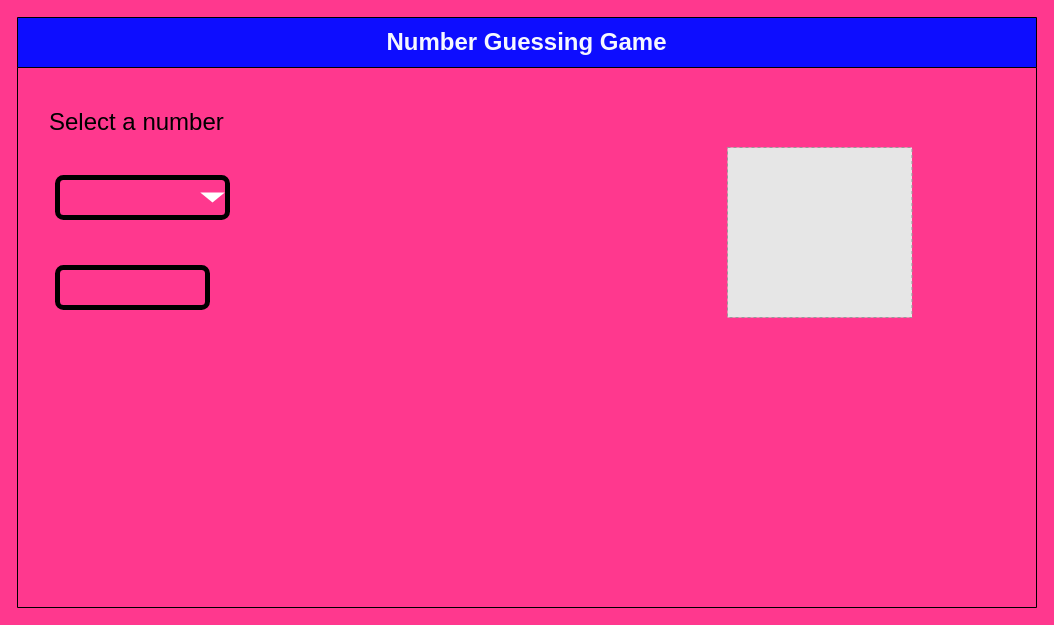
Earlier version of the draw.io diagram design/storyboard.drawio (MTHS-ICD2O-1-2023/ICD2O-Unit-5-01-nathan-desilva). Source tidied: cells renumbered, new cells numbered last; positions are measured from the earlier drawing's top-left corner, leaving out a move shared by most shapes. Both pictures are drawn from the tidied source at 100%, with x=0, y=0 at pixel (17, 17). Pictures stored in the file or linked from it are replaced by grey dashed boxes.
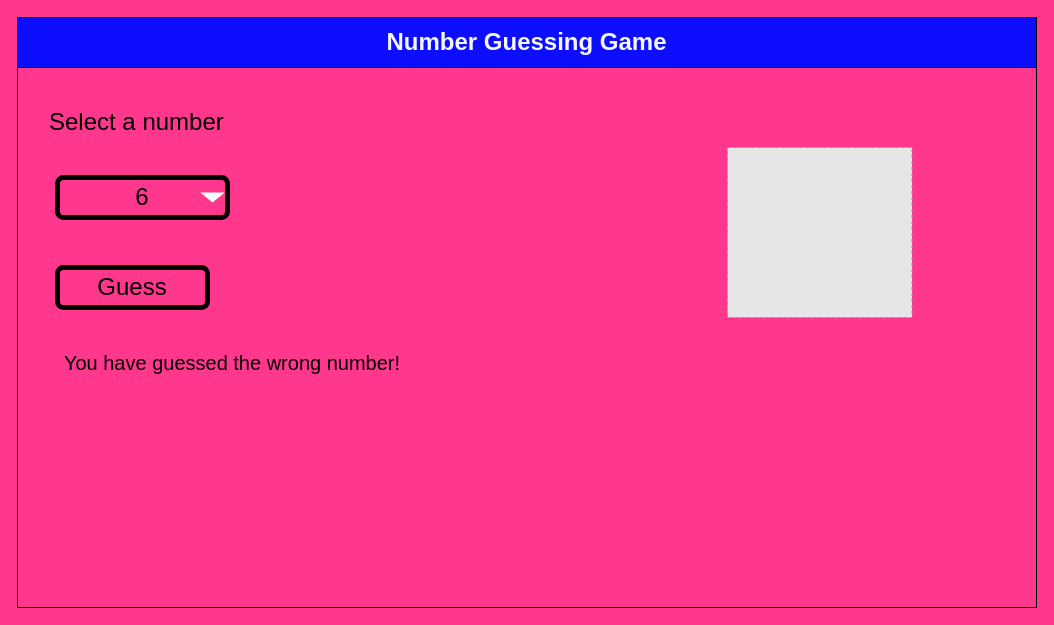
After the change.

Change to the diagram source:
```diff
@@
 <mxGraphModel background="#FF388E">
   <root>
     <mxCell id="0" />
     <mxCell id="1" parent="0" />
     <mxCell id="2" value="&lt;font color=&quot;#f5f7ff&quot; style=&quot;font-size: 24px;&quot;&gt;Number Guessing Game&lt;/font&gt;" style="swimlane;whiteSpace=wrap;html=1;startSize=50;fillColor=#0D0DFF;" parent="1" vertex="1">
       <mxGeometry width="1019" height="590" as="geometry" />
     </mxCell>
     <mxCell id="3" value="Select a number" style="text;html=1;align=left;verticalAlign=middle;strokeColor=none;fillColor=none;fontSize=24;fontColor=#000000;" parent="2" vertex="1">
       <mxGeometry x="30" y="85" width="200" height="40" as="geometry" />
     </mxCell>
-    <mxCell id="4" style="rounded=1;whiteSpace=wrap;html=1;fontFamily=Helvetica;fontSize=24;fontColor=#000000;fillColor=none;strokeWidth=5;strokeColor=#000000;" parent="2" vertex="1">
+    <mxCell id="4" value="6" style="rounded=1;whiteSpace=wrap;html=1;fontFamily=Helvetica;fontSize=24;fontColor=#000000;fillColor=none;strokeWidth=5;strokeColor=#000000;" parent="2" vertex="1">
       <mxGeometry x="40" y="160" width="170" height="40" as="geometry" />
     </mxCell>
-    <mxCell id="5" style="rounded=1;whiteSpace=wrap;html=1;fontFamily=Helvetica;fontSize=24;fontColor=#000000;fillColor=none;strokeWidth=5;strokeColor=#000000;" parent="2" vertex="1">
+    <mxCell id="5" value="Guess" style="rounded=1;whiteSpace=wrap;html=1;fontFamily=Helvetica;fontSize=24;fontColor=#000000;fillColor=none;strokeWidth=5;strokeColor=#000000;" parent="2" vertex="1">
       <mxGeometry x="40" y="250" width="150" height="40" as="geometry" />
     </mxCell>
     <mxCell id="6" style="triangle;whiteSpace=wrap;html=1;rotation=90;strokeColor=none;" parent="2" vertex="1">
       <mxGeometry x="190" y="167.8" width="10" height="24.5" as="geometry" />
     </mxCell>
     <mxCell id="7" style="fillColor=#E6E6E6;strokeColor=#999999;dashed=1;verticalLabelPosition=bottom;labelBackgroundColor=default;verticalAlign=top;" parent="2" vertex="1">
       <mxGeometry x="710" y="130" width="184.5" height="170" as="geometry" />
     </mxCell>
+    <mxCell id="8" value="&lt;font style=&quot;font-size: 20px;&quot; color=&quot;#000000&quot;&gt;You have guessed the wrong number!&lt;/font&gt;" style="text;html=1;strokeColor=none;fillColor=none;align=center;verticalAlign=middle;whiteSpace=wrap;rounded=0;" parent="2" vertex="1">
+      <mxGeometry x="30" y="330" width="370" height="30" as="geometry" />
+    </mxCell>
   </root>
 </mxGraphModel>
```
